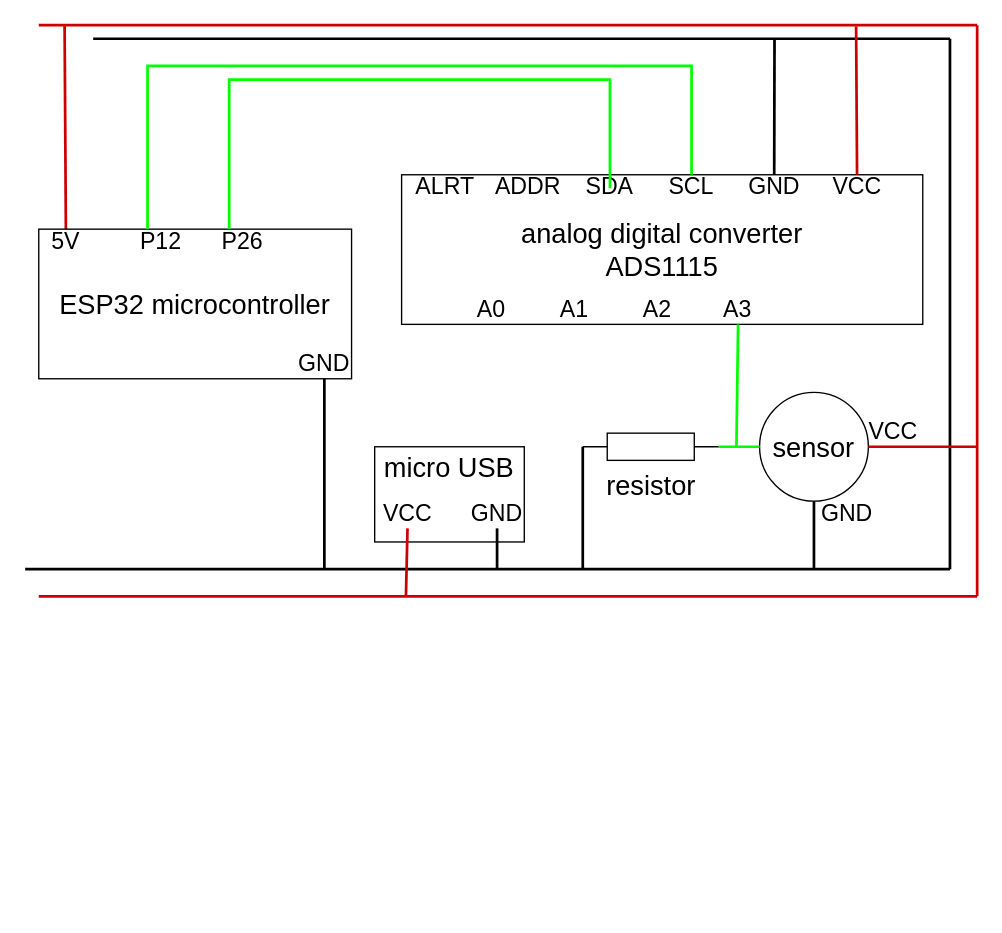
This is page "Page-1" (1 of 2) of smell detector electrical.drawio from lperennou/diagrams, a draw.io file, before an edit. Source tidied: cells renumbered, new cells numbered last; positions are measured from the earlier drawing's top-left corner, leaving out a move shared by most shapes. Both pictures are drawn from the tidied source at 136%, with x=0, y=0 at pixel (24, 24).
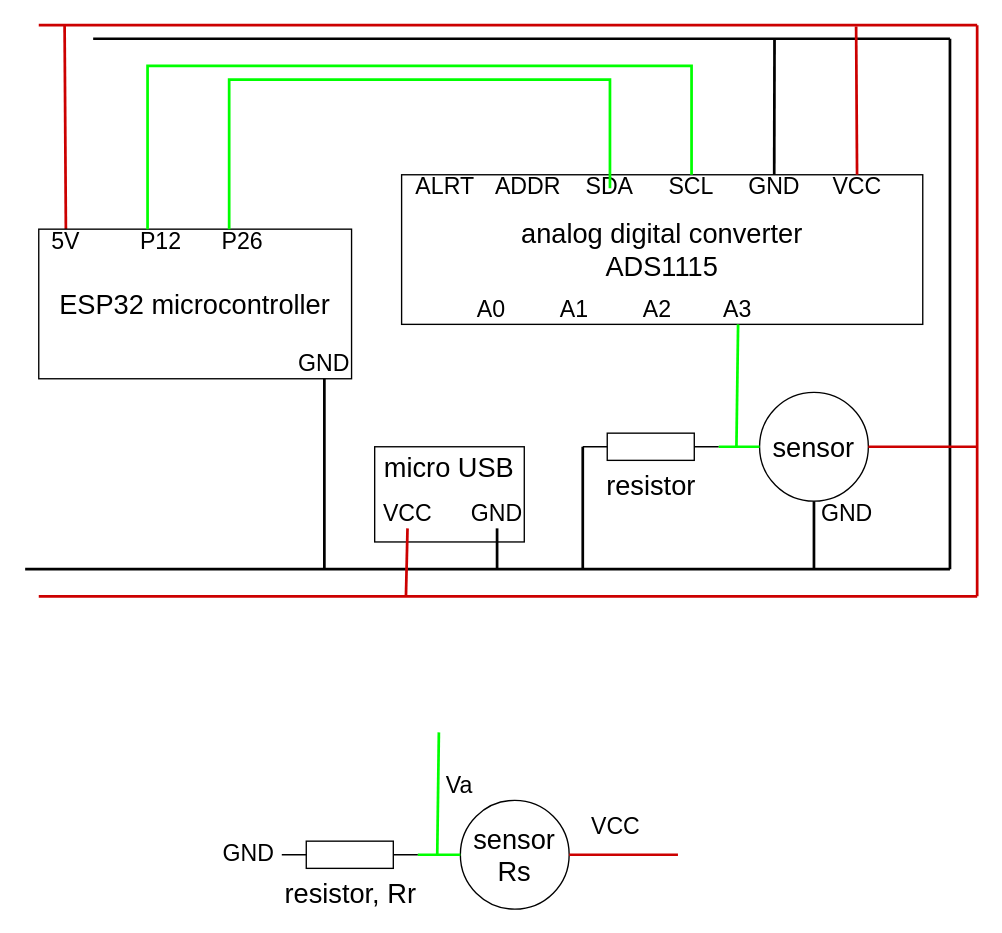
After the change.

Commit message:
add software architecture in smell detector electrical.drawio

The edit, as a diff of the source:
```diff
@@
     <mxCell id="47" value="&lt;div style=&quot;font-size: 17px;&quot;&gt;VCC&lt;/div&gt;" style="text;html=1;strokeColor=none;fillColor=none;align=center;verticalAlign=middle;whiteSpace=wrap;rounded=0;fontSize=17;" parent="1" vertex="1">
-      <mxGeometry x="614" y="290" width="48.7" height="20" as="geometry" />
+      <mxGeometry x="410" y="580" width="48.7" height="20" as="geometry" />
     </mxCell>
@@
+    <mxCell id="49" value="sensor&lt;br&gt;Rs" style="ellipse;whiteSpace=wrap;html=1;fontSize=20;" parent="1" vertex="1">
+      <mxGeometry x="320" y="570" width="80" height="80" as="geometry" />
+    </mxCell>
+    <mxCell id="50" style="edgeStyle=orthogonalEdgeStyle;rounded=0;jettySize=auto;html=1;exitX=1;exitY=0.5;exitDx=0;exitDy=0;exitPerimeter=0;entryX=0;entryY=0.5;entryDx=0;entryDy=0;startArrow=none;startFill=0;endArrow=none;endFill=0;strokeWidth=2;fontSize=17;strokeColor=#00FF00;" parent="1" edge="1" source="51" target="49">
+      <mxGeometry relative="1" as="geometry" />
+    </mxCell>
+    <mxCell id="51" value="resistor, Rr" style="verticalLabelPosition=bottom;shadow=0;dashed=0;align=center;html=1;verticalAlign=top;shape=mxgraph.electrical.resistors.resistor_1;fontSize=20;" parent="1" vertex="1">
+      <mxGeometry x="188.7" y="600" width="100" height="20" as="geometry" />
+    </mxCell>
+    <mxCell id="52" style="endArrow=none;html=1;strokeWidth=2;strokeColor=#00FF00;" parent="1" edge="1">
+      <mxGeometry relative="1" as="geometry">
+        <mxPoint x="304.2" y="520" as="sourcePoint" />
+        <mxPoint x="303" y="610" as="targetPoint" />
+      </mxGeometry>
+    </mxCell>
+    <mxCell id="53" style="endArrow=none;html=1;strokeWidth=2;entryX=1;entryY=0.5;entryDx=0;entryDy=0;strokeColor=#CC0000;" parent="1" edge="1" target="49">
+      <mxGeometry relative="1" as="geometry">
+        <mxPoint x="480" y="610" as="sourcePoint" />
+      </mxGeometry>
+    </mxCell>
+    <mxCell id="54" value="&lt;div style=&quot;font-size: 17px&quot;&gt;Va&lt;/div&gt;" style="text;html=1;strokeColor=none;fillColor=none;align=center;verticalAlign=middle;whiteSpace=wrap;rounded=0;fontSize=17;" parent="1" vertex="1">
+      <mxGeometry x="295" y="550" width="48.7" height="20" as="geometry" />
+    </mxCell>
+    <mxCell id="55" value="GND" style="text;html=1;strokeColor=none;fillColor=none;align=center;verticalAlign=middle;whiteSpace=wrap;rounded=0;fontSize=17;" parent="1" vertex="1">
+      <mxGeometry x="140" y="600" width="48.7" height="20" as="geometry" />
+    </mxCell>
```
